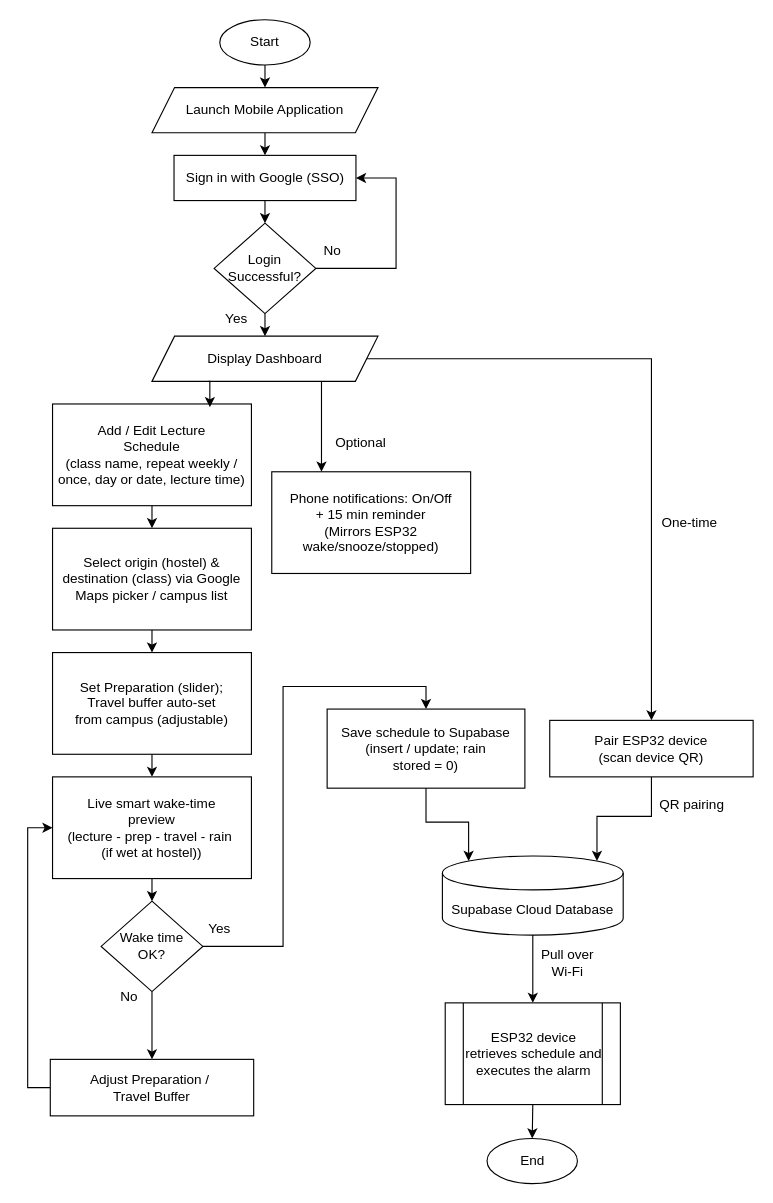
Earlier version of the draw.io diagram page "Page-3" (3 of 3) of Software Flowchart.drawio (muhdsyabil0327/Smart-Alarm-Class-For-Lecture-Class-using-IOT). Source tidied: cells renumbered, new cells numbered last; positions are measured from the earlier drawing's top-left corner, leaving out a move shared by most shapes. Both pictures are drawn from the tidied source at 113%, with x=0, y=0 at pixel (50, 19).
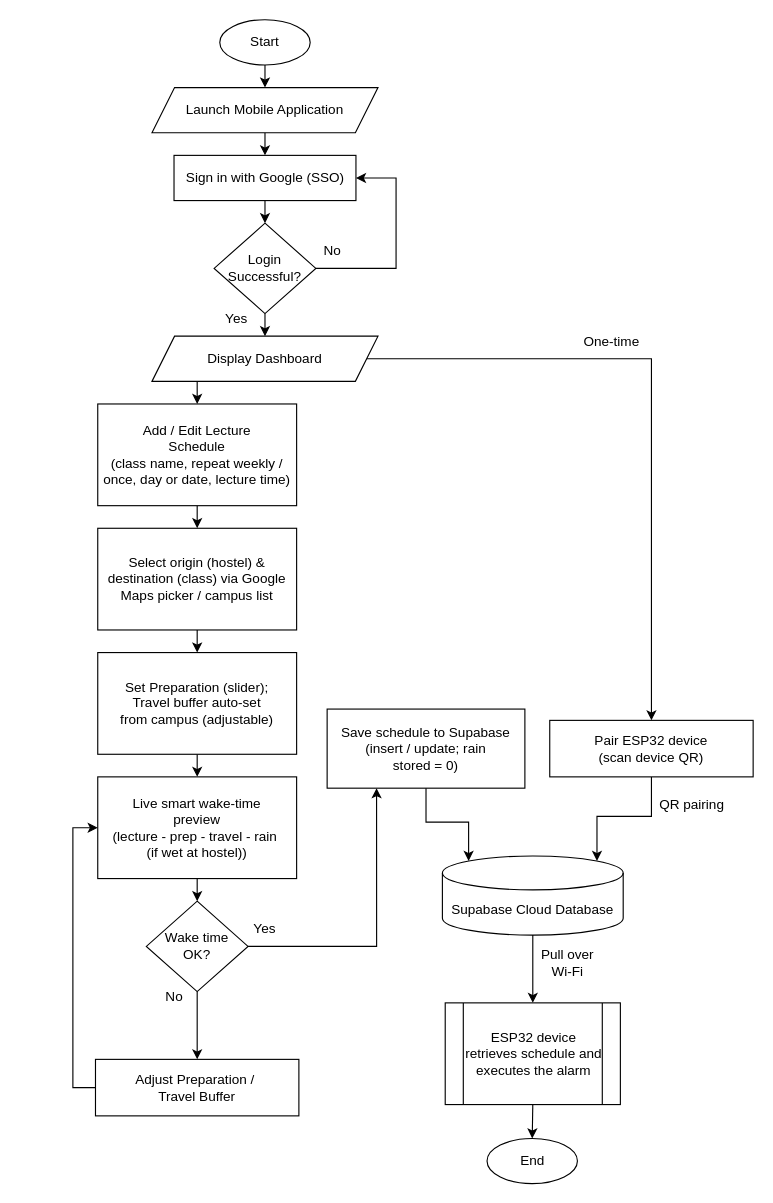
After the change.

The change refers to these unchanged cells:
```xml
<mxCell id="12" value="Display Dashboard" style="shape=parallelogram;perimeter=parallelogramPerimeter;whiteSpace=wrap;html=1;fixedSize=1;" parent="1" vertex="1">
  <mxGeometry x="90" y="280" width="200" height="40" as="geometry" />
</mxCell>
<mxCell id="27" value="Save schedule to Supabase&lt;div&gt;(insert / update; rain&lt;/div&gt;&lt;div&gt;stored = 0)&lt;/div&gt;" style="rounded=0;whiteSpace=wrap;html=1;" parent="1" vertex="1">
  <mxGeometry x="245" y="610" width="175" height="70" as="geometry" />
</mxCell>
```

Diff of the diagram source:
```diff
@@
-    <mxCell id="10" style="edgeStyle=orthogonalEdgeStyle;rounded=0;jettySize=auto;html=1;exitX=0.75;exitY=1;exitDx=0;exitDy=0;entryX=0.25;entryY=0;entryDx=0;entryDy=0;" parent="1" edge="1" source="12" target="13">
-      <mxGeometry relative="1" as="geometry" />
-    </mxCell>
@@
+    <mxCell id="34" style="edgeStyle=orthogonalEdgeStyle;rounded=0;jettySize=auto;html=1;exitX=0.25;exitY=1;exitDx=0;exitDy=0;entryX=0.5;entryY=0;entryDx=0;entryDy=0;" parent="1" edge="1" source="12" target="15">
+      <mxGeometry relative="1" as="geometry" />
+    </mxCell>
@@
-    <mxCell id="13" value="Phone notifications: On/Off&lt;br&gt;+ 15 min reminder&lt;br&gt;(Mirrors ESP32 wake/snooze/stopped)" style="rounded=0;whiteSpace=wrap;html=1;" parent="1" vertex="1">
-      <mxGeometry x="196" y="400" width="176" height="90" as="geometry" />
-    </mxCell>
@@
     <mxCell id="15" value="Add / Edit Lecture&lt;div&gt;Schedule&lt;/div&gt;&lt;div&gt;(class name, repeat weekly / once, day or date, lecture time)&lt;/div&gt;" style="rounded=0;whiteSpace=wrap;html=1;" parent="1" vertex="1">
-      <mxGeometry x="2" y="340" width="176" height="90" as="geometry" />
+      <mxGeometry x="42" y="340" width="176" height="90" as="geometry" />
     </mxCell>
@@
     <mxCell id="17" value="Select origin (hostel) &amp;amp; destination (class) via Google Maps picker / campus list" style="rounded=0;whiteSpace=wrap;html=1;" parent="1" vertex="1">
-      <mxGeometry x="2" y="450" width="176" height="90" as="geometry" />
+      <mxGeometry x="42" y="450" width="176" height="90" as="geometry" />
     </mxCell>
@@
     <mxCell id="19" value="Set Preparation (slider);&lt;div&gt;Travel buffer auto-set&lt;/div&gt;&lt;div&gt;from campus (adjustable)&lt;/div&gt;" style="rounded=0;whiteSpace=wrap;html=1;" parent="1" vertex="1">
-      <mxGeometry x="2" y="560" width="176" height="90" as="geometry" />
+      <mxGeometry x="42" y="560" width="176" height="90" as="geometry" />
     </mxCell>
@@
     <mxCell id="21" value="&lt;font&gt;Live smart wake-time&lt;/font&gt;&lt;div&gt;&lt;font&gt;preview&lt;br&gt;(lecture - prep -&lt;font style=&quot;&quot;&gt; travel&lt;font style=&quot;color: light-dark(rgb(0, 0, 0), rgb(255, 255, 255));&quot;&gt; -&lt;span style=&quot;background-color: light-dark(#ffffff, var(--ge-dark-color, #121212));&quot;&gt;&amp;nbsp;&lt;span style=&quot;text-align: start;&quot;&gt;&lt;font face=&quot;Helvetica&quot;&gt;rain&amp;nbsp;&lt;/font&gt;&lt;/span&gt;&lt;/span&gt;&lt;/font&gt;&lt;/font&gt;&lt;/font&gt;&lt;/div&gt;&lt;div&gt;&lt;font style=&quot;background-color: light-dark(#ffffff, var(--ge-dark-color, #121212)); color: light-dark(rgb(0, 0, 0), rgb(255, 255, 255));&quot; face=&quot;Helvetica&quot;&gt;&lt;span style=&quot;text-align: start;&quot;&gt;(if wet at hostel)&lt;/span&gt;)&lt;/font&gt;&lt;/div&gt;" style="rounded=0;whiteSpace=wrap;html=1;" parent="1" vertex="1">
-      <mxGeometry x="2" y="670" width="176" height="90" as="geometry" />
+      <mxGeometry x="42" y="670" width="176" height="90" as="geometry" />
     </mxCell>
@@
-    <mxCell id="23" style="edgeStyle=orthogonalEdgeStyle;rounded=0;jettySize=auto;html=1;exitX=1;exitY=0.5;exitDx=0;exitDy=0;entryX=0.5;entryY=0;entryDx=0;entryDy=0;" parent="1" edge="1" source="24" target="27">
-      <mxGeometry relative="1" as="geometry">
-        <Array as="points">
-          <mxPoint x="206" y="820" />
-          <mxPoint x="206" y="590" />
-          <mxPoint x="333" y="590" />
-        </Array>
-      </mxGeometry>
+    <mxCell id="23" style="edgeStyle=orthogonalEdgeStyle;rounded=0;jettySize=auto;html=1;exitX=1;exitY=0.5;exitDx=0;exitDy=0;entryX=0.25;entryY=1;entryDx=0;entryDy=0;" parent="1" edge="1" source="24" target="27">
+      <mxGeometry relative="1" as="geometry" />
     </mxCell>
     <mxCell id="24" value="Wake time&lt;div&gt;OK?&lt;/div&gt;" style="rhombus;whiteSpace=wrap;html=1;" parent="1" vertex="1">
-      <mxGeometry x="45" y="780" width="90" height="80" as="geometry" />
+      <mxGeometry x="85" y="780" width="90" height="80" as="geometry" />
     </mxCell>
@@
     <mxCell id="26" value="Adjust Preparation /&amp;nbsp;&lt;div&gt;Travel Buffer&lt;/div&gt;" style="rounded=0;whiteSpace=wrap;html=1;" parent="1" vertex="1">
-      <mxGeometry y="920" width="180" height="50" as="geometry" />
+      <mxGeometry x="40" y="920" width="180" height="50" as="geometry" />
     </mxCell>
@@
-    <mxCell id="34" style="edgeStyle=orthogonalEdgeStyle;rounded=0;jettySize=auto;html=1;exitX=0.25;exitY=1;exitDx=0;exitDy=0;entryX=0.791;entryY=0.031;entryDx=0;entryDy=0;entryPerimeter=0;" parent="1" edge="1" source="12" target="15">
-      <mxGeometry relative="1" as="geometry" />
-    </mxCell>
@@
-    <mxCell id="39" value="Optional" style="text;html=1;whiteSpace=wrap;strokeColor=none;fillColor=none;align=center;verticalAlign=middle;rounded=0;" parent="1" vertex="1">
-      <mxGeometry x="245" y="360" width="60" height="30" as="geometry" />
-    </mxCell>
     <mxCell id="40" value="One-time" style="text;html=1;whiteSpace=wrap;strokeColor=none;fillColor=none;align=center;verticalAlign=middle;rounded=0;" parent="1" vertex="1">
-      <mxGeometry x="536" y="430" width="60" height="30" as="geometry" />
+      <mxGeometry x="466.5" y="270" width="60" height="30" as="geometry" />
     </mxCell>
     <mxCell id="41" value="Yes" style="text;html=1;whiteSpace=wrap;strokeColor=none;fillColor=none;align=center;verticalAlign=middle;rounded=0;" parent="1" vertex="1">
-      <mxGeometry x="120" y="790" width="60" height="30" as="geometry" />
+      <mxGeometry x="160" y="790" width="60" height="30" as="geometry" />
     </mxCell>
     <mxCell id="42" value="No" style="text;html=1;whiteSpace=wrap;strokeColor=none;fillColor=none;align=center;verticalAlign=middle;rounded=0;" parent="1" vertex="1">
-      <mxGeometry x="40" y="850" width="60" height="30" as="geometry" />
+      <mxGeometry x="80" y="850" width="60" height="30" as="geometry" />
     </mxCell>
```
